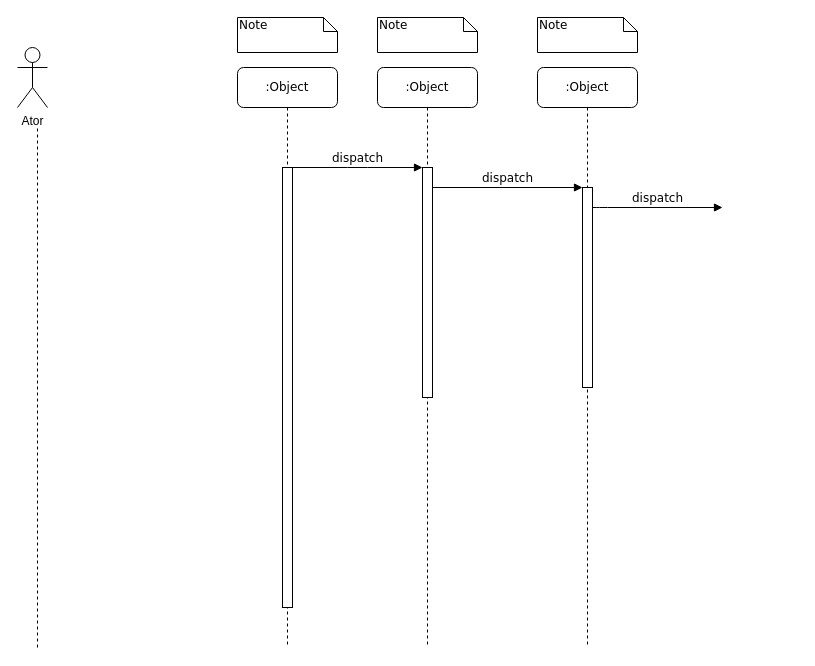
Above: Documentos/Diagramas de Sequência/Diagrama de Sequência.drawio in Jheickson/Urna (draw.io), before the change. Source tidied: cells renumbered, new cells numbered last; positions are measured from the earlier drawing's top-left corner, leaving out a move shared by most shapes. Both pictures are drawn from the tidied source at 100%, with x=0, y=0 at pixel (17, 17).
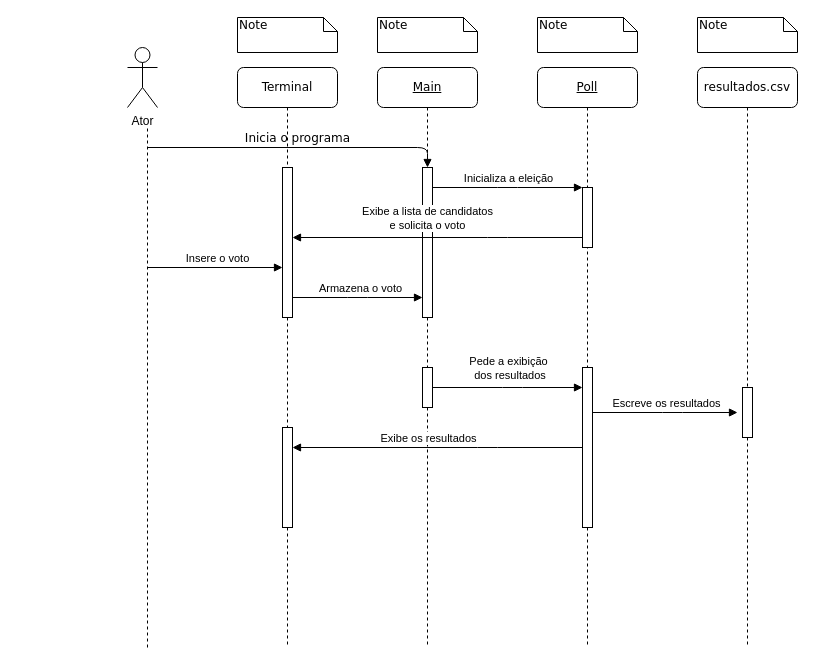
The same page after the edit.

Commit message (it also covers changes not shown here):
Diagrama de sequência

The edit, as a diff of the source:
```diff
@@
-    <mxCell id="2" value=":Object" style="shape=umlLifeline;perimeter=lifelinePerimeter;whiteSpace=wrap;html=1;rounded=1;shadow=0;comic=0;labelBackgroundColor=none;strokeWidth=1;fontFamily=Verdana;fontSize=12;align=center;" parent="1" vertex="1">
+    <mxCell id="2" value="&lt;u&gt;Main&lt;/u&gt;" style="shape=umlLifeline;perimeter=lifelinePerimeter;whiteSpace=wrap;html=1;rounded=1;shadow=0;comic=0;labelBackgroundColor=none;strokeWidth=1;fontFamily=Verdana;fontSize=12;align=center;" parent="1" vertex="1">
       <mxGeometry x="360" y="50" width="100" height="580" as="geometry" />
     </mxCell>
     <mxCell id="3" style="html=1;points=[];perimeter=orthogonalPerimeter;rounded=0;shadow=0;comic=0;labelBackgroundColor=none;strokeWidth=1;fontFamily=Verdana;fontSize=12;align=center;" parent="2" vertex="1">
-      <mxGeometry x="45" y="100" width="10" height="230" as="geometry" />
+      <mxGeometry x="45" y="100" width="10" height="150" as="geometry" />
     </mxCell>
+    <mxCell id="16" style="html=1;points=[];perimeter=orthogonalPerimeter;rounded=0;shadow=0;comic=0;labelBackgroundColor=none;strokeWidth=1;fontFamily=Verdana;fontSize=12;align=center;" parent="2" vertex="1">
+      <mxGeometry x="45" y="300" width="10" height="40" as="geometry" />
+    </mxCell>
-    <mxCell id="4" value=":Object" style="shape=umlLifeline;perimeter=lifelinePerimeter;whiteSpace=wrap;html=1;rounded=1;shadow=0;comic=0;labelBackgroundColor=none;strokeWidth=1;fontFamily=Verdana;fontSize=12;align=center;" parent="1" vertex="1">
+    <mxCell id="4" value="&lt;u&gt;Poll&lt;/u&gt;" style="shape=umlLifeline;perimeter=lifelinePerimeter;whiteSpace=wrap;html=1;rounded=1;shadow=0;comic=0;labelBackgroundColor=none;strokeWidth=1;fontFamily=Verdana;fontSize=12;align=center;" parent="1" vertex="1">
       <mxGeometry x="520" y="50" width="100" height="580" as="geometry" />
     </mxCell>
     <mxCell id="5" style="html=1;points=[];perimeter=orthogonalPerimeter;rounded=0;shadow=0;comic=0;labelBackgroundColor=none;strokeWidth=1;fontFamily=Verdana;fontSize=12;align=center;" parent="4" vertex="1">
-      <mxGeometry x="45" y="120" width="10" height="200" as="geometry" />
+      <mxGeometry x="45" y="120" width="10" height="60" as="geometry" />
     </mxCell>
+    <mxCell id="17" style="html=1;points=[];perimeter=orthogonalPerimeter;rounded=0;shadow=0;comic=0;labelBackgroundColor=none;strokeWidth=1;fontFamily=Verdana;fontSize=12;align=center;" parent="4" vertex="1">
+      <mxGeometry x="45" y="300" width="10" height="160" as="geometry" />
+    </mxCell>
-    <mxCell id="6" value=":Object" style="shape=umlLifeline;perimeter=lifelinePerimeter;whiteSpace=wrap;html=1;rounded=1;shadow=0;comic=0;labelBackgroundColor=none;strokeWidth=1;fontFamily=Verdana;fontSize=12;align=center;" parent="1" vertex="1">
+    <mxCell id="6" value="Terminal" style="shape=umlLifeline;perimeter=lifelinePerimeter;whiteSpace=wrap;html=1;rounded=1;shadow=0;comic=0;labelBackgroundColor=none;strokeWidth=1;fontFamily=Verdana;fontSize=12;align=center;" parent="1" vertex="1">
       <mxGeometry x="220" y="50" width="100" height="580" as="geometry" />
     </mxCell>
     <mxCell id="7" style="html=1;points=[];perimeter=orthogonalPerimeter;rounded=0;shadow=0;comic=0;labelBackgroundColor=none;strokeWidth=1;fontFamily=Verdana;fontSize=12;align=center;" parent="6" vertex="1">
-      <mxGeometry x="45" y="100" width="10" height="440" as="geometry" />
+      <mxGeometry x="45" y="100" width="10" height="150" as="geometry" />
     </mxCell>
-    <mxCell id="8" value="dispatch" style="html=1;verticalAlign=bottom;endArrow=block;labelBackgroundColor=none;fontFamily=Verdana;fontSize=12;edgeStyle=elbowEdgeStyle;elbow=vertical;" parent="1" edge="1" source="5">
-      <mxGeometry relative="1" as="geometry">
-        <mxPoint x="705" y="190" as="targetPoint" />
-        <Array as="points">
-          <mxPoint x="580" y="190" />
-        </Array>
-      </mxGeometry>
-    </mxCell>
-    <mxCell id="9" value="dispatch" style="html=1;verticalAlign=bottom;endArrow=block;entryX=0;entryY=0;labelBackgroundColor=none;fontFamily=Verdana;fontSize=12;edgeStyle=elbowEdgeStyle;elbow=vertical;" parent="1" edge="1" source="7" target="3">
-      <mxGeometry relative="1" as="geometry" />
-    </mxCell>
+    <mxCell id="18" style="html=1;points=[];perimeter=orthogonalPerimeter;rounded=0;shadow=0;comic=0;labelBackgroundColor=none;strokeWidth=1;fontFamily=Verdana;fontSize=12;align=center;" parent="6" vertex="1">
+      <mxGeometry x="45" y="360" width="10" height="100" as="geometry" />
+    </mxCell>
-    <mxCell id="10" value="dispatch" style="html=1;verticalAlign=bottom;endArrow=block;entryX=0;entryY=0;labelBackgroundColor=none;fontFamily=Verdana;fontSize=12;edgeStyle=elbowEdgeStyle;elbow=vertical;" parent="1" edge="1" source="3" target="5">
+    <mxCell id="10" style="html=1;verticalAlign=bottom;endArrow=block;entryX=0;entryY=0;labelBackgroundColor=none;fontFamily=Verdana;fontSize=12;edgeStyle=elbowEdgeStyle;elbow=vertical;" parent="1" edge="1" source="3" target="5">
       <mxGeometry relative="1" as="geometry" />
     </mxCell>
+    <mxCell id="19" value="Inicializa a eleição" style="edgeLabel;html=1;align=center;verticalAlign=middle;" parent="10" vertex="1">
+      <mxGeometry x="-0.19" y="1" relative="1" as="geometry">
+        <mxPoint x="14" y="-9" as="offset" />
+      </mxGeometry>
+    </mxCell>
@@
     <mxCell id="14" value="Ator" style="shape=umlActor;verticalLabelPosition=bottom;verticalAlign=top;html=1;" parent="1" vertex="1">
-      <mxGeometry y="30" width="30" height="60" as="geometry" />
+      <mxGeometry x="110" y="30" width="30" height="60" as="geometry" />
     </mxCell>
     <mxCell id="15" style="endArrow=none;dashed=1;html=1;rounded=0;" parent="1" edge="1">
       <mxGeometry relative="1" as="geometry">
-        <mxPoint x="20" y="630" as="sourcePoint" />
-        <mxPoint x="20" y="110" as="targetPoint" />
+        <mxPoint x="130" y="630" as="sourcePoint" />
+        <mxPoint x="130" y="110" as="targetPoint" />
       </mxGeometry>
     </mxCell>
+    <mxCell id="20" value="Inicia o programa" style="html=1;verticalAlign=bottom;endArrow=block;labelBackgroundColor=none;fontFamily=Verdana;fontSize=12;edgeStyle=elbowEdgeStyle;elbow=vertical;" parent="1" edge="1" target="3">
+      <mxGeometry relative="1" as="geometry">
+        <mxPoint x="130" y="130" as="sourcePoint" />
+        <Array as="points">
+          <mxPoint x="145" y="130" />
+        </Array>
+      </mxGeometry>
+    </mxCell>
+    <mxCell id="21" style="html=1;verticalAlign=bottom;endArrow=none;labelBackgroundColor=none;fontFamily=Verdana;fontSize=12;edgeStyle=elbowEdgeStyle;elbow=vertical;startArrow=block;startFill=1;endFill=0;" parent="1" edge="1" source="7" target="5">
+      <mxGeometry relative="1" as="geometry">
+        <Array as="points">
+          <mxPoint x="480" y="220" />
+        </Array>
+      </mxGeometry>
+    </mxCell>
+    <mxCell id="22" value="Exibe a lista de candidatos&lt;br&gt;e solicita o voto" style="edgeLabel;html=1;align=center;verticalAlign=middle;labelBackgroundColor=default;" parent="21" vertex="1">
+      <mxGeometry x="-0.19" y="1" relative="1" as="geometry">
+        <mxPoint x="17" y="-19" as="offset" />
+      </mxGeometry>
+    </mxCell>
+    <mxCell id="23" style="html=1;verticalAlign=bottom;endArrow=block;labelBackgroundColor=none;fontFamily=Verdana;fontSize=12;edgeStyle=elbowEdgeStyle;elbow=vertical;" parent="1" edge="1" target="7">
+      <mxGeometry relative="1" as="geometry">
+        <mxPoint x="130" y="250" as="sourcePoint" />
+      </mxGeometry>
+    </mxCell>
+    <mxCell id="24" value="Insere o voto" style="edgeLabel;html=1;align=center;verticalAlign=middle;" parent="23" vertex="1">
+      <mxGeometry x="-0.19" y="1" relative="1" as="geometry">
+        <mxPoint x="14" y="-9" as="offset" />
+      </mxGeometry>
+    </mxCell>
+    <mxCell id="9" style="html=1;verticalAlign=bottom;endArrow=block;labelBackgroundColor=none;fontFamily=Verdana;fontSize=12;edgeStyle=elbowEdgeStyle;elbow=vertical;" parent="1" edge="1" source="7" target="3">
+      <mxGeometry relative="1" as="geometry">
+        <Array as="points">
+          <mxPoint x="340" y="280" />
+          <mxPoint x="410" y="270" />
+        </Array>
+      </mxGeometry>
+    </mxCell>
+    <mxCell id="25" value="Armazena o voto" style="edgeLabel;html=1;align=center;verticalAlign=middle;" parent="9" vertex="1">
+      <mxGeometry x="-0.19" y="1" relative="1" as="geometry">
+        <mxPoint x="14" y="-9" as="offset" />
+      </mxGeometry>
+    </mxCell>
+    <mxCell id="26" value="resultados.csv" style="shape=umlLifeline;perimeter=lifelinePerimeter;whiteSpace=wrap;html=1;rounded=1;shadow=0;comic=0;labelBackgroundColor=none;strokeWidth=1;fontFamily=Verdana;fontSize=12;align=center;" parent="1" vertex="1">
+      <mxGeometry x="680" y="50" width="100" height="580" as="geometry" />
+    </mxCell>
+    <mxCell id="27" style="html=1;perimeter=orthogonalPerimeter;rounded=0;shadow=0;comic=0;labelBackgroundColor=none;strokeWidth=1;fontFamily=Verdana;fontSize=12;align=center;" parent="26" vertex="1">
+      <mxGeometry x="45" y="320" width="10" height="50" as="geometry" />
+    </mxCell>
+    <mxCell id="28" value="Note" style="shape=note;whiteSpace=wrap;html=1;size=14;verticalAlign=top;align=left;spacingTop=-6;rounded=0;shadow=0;comic=0;labelBackgroundColor=none;strokeWidth=1;fontFamily=Verdana;fontSize=12;" parent="1" vertex="1">
+      <mxGeometry x="680" width="100" height="35" as="geometry" />
+    </mxCell>
+    <mxCell id="29" style="html=1;verticalAlign=bottom;endArrow=block;labelBackgroundColor=none;fontFamily=Verdana;fontSize=12;edgeStyle=elbowEdgeStyle;elbow=vertical;" parent="1" edge="1" source="16" target="17">
+      <mxGeometry relative="1" as="geometry">
+        <Array as="points">
+          <mxPoint x="495" y="370" />
+          <mxPoint x="565" y="360" />
+        </Array>
+      </mxGeometry>
+    </mxCell>
+    <mxCell id="30" value="Pede a exibição&lt;br&gt;&amp;nbsp;dos resultados" style="edgeLabel;html=1;align=center;verticalAlign=middle;" parent="29" vertex="1">
+      <mxGeometry x="-0.19" y="1" relative="1" as="geometry">
+        <mxPoint x="14" y="-19" as="offset" />
+      </mxGeometry>
+    </mxCell>
+    <mxCell id="31" style="html=1;verticalAlign=bottom;endArrow=none;labelBackgroundColor=none;fontFamily=Verdana;fontSize=12;edgeStyle=elbowEdgeStyle;elbow=vertical;startArrow=block;startFill=1;endFill=0;" parent="1" edge="1" source="18" target="17">
+      <mxGeometry relative="1" as="geometry">
+        <Array as="points">
+          <mxPoint x="470" y="430" />
+        </Array>
+      </mxGeometry>
+    </mxCell>
+    <mxCell id="32" value="Exibe os resultados" style="edgeLabel;html=1;align=center;verticalAlign=middle;labelBackgroundColor=default;" parent="31" vertex="1">
+      <mxGeometry x="-0.19" y="1" relative="1" as="geometry">
+        <mxPoint x="18" y="-9" as="offset" />
+      </mxGeometry>
+    </mxCell>
+    <mxCell id="33" style="html=1;verticalAlign=bottom;endArrow=block;labelBackgroundColor=none;fontFamily=Verdana;fontSize=12;edgeStyle=elbowEdgeStyle;elbow=vertical;" parent="1" edge="1" source="17">
+      <mxGeometry relative="1" as="geometry">
+        <mxPoint x="720" y="395" as="targetPoint" />
+        <Array as="points">
+          <mxPoint x="655" y="395" />
+          <mxPoint x="725" y="385" />
+        </Array>
+      </mxGeometry>
+    </mxCell>
+    <mxCell id="34" value="Escreve os resultados" style="edgeLabel;html=1;align=center;verticalAlign=middle;" parent="33" vertex="1">
+      <mxGeometry x="-0.19" y="1" relative="1" as="geometry">
+        <mxPoint x="14" y="-9" as="offset" />
+      </mxGeometry>
+    </mxCell>
```
